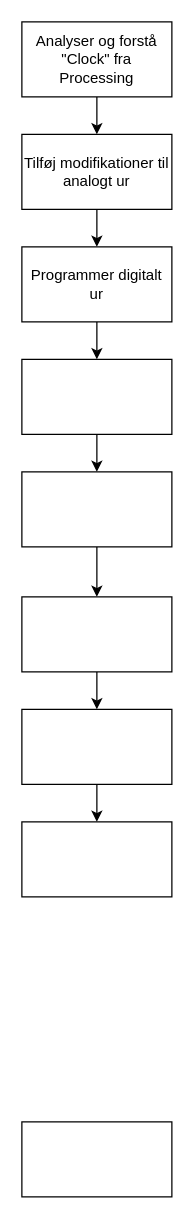
a21hx32prog/AAB.UR.Alberte-og-Manal keeps this draw.io diagram as Untitled Diagram.drawio. Above is the earlier version. Source tidied: cells renumbered, new cells numbered last; positions are measured from the earlier drawing's top-left corner, leaving out a move shared by most shapes. Both pictures are drawn from the tidied source at 125%, with x=0, y=0 at pixel (21, 21).
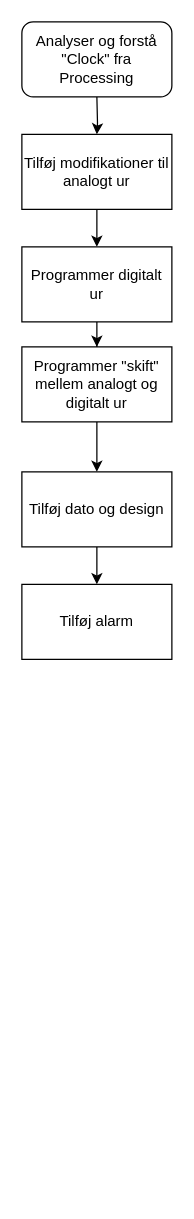
The same diagram, later.

The edit, as a diff of the source:
```diff
@@
 <mxGraphModel>
   <root>
     <mxCell id="0" />
     <mxCell id="1" parent="0" />
-    <mxCell id="2" style="edgeStyle=orthogonalEdgeStyle;rounded=0;jettySize=auto;html=1;" parent="1" edge="1" source="3" target="5">
-      <mxGeometry relative="1" as="geometry" />
+    <mxCell id="2" style="edgeStyle=orthogonalEdgeStyle;rounded=0;jettySize=auto;html=1;" parent="1" edge="1" target="5">
+      <mxGeometry relative="1" as="geometry">
+        <mxPoint x="60" y="60" as="sourcePoint" />
+      </mxGeometry>
     </mxCell>
-    <mxCell id="3" value="Analyser og forstå &quot;Clock&quot; fra Processing" style="rounded=0;whiteSpace=wrap;html=1;" parent="1" vertex="1">
-      <mxGeometry width="120" height="60" as="geometry" />
-    </mxCell>
     <mxCell id="4" style="edgeStyle=orthogonalEdgeStyle;rounded=0;jettySize=auto;html=1;" parent="1" edge="1" source="5" target="17">
       <mxGeometry relative="1" as="geometry" />
     </mxCell>
     <mxCell id="5" value="Tilføj modifikationer til analogt ur" style="rounded=0;whiteSpace=wrap;html=1;" parent="1" vertex="1">
       <mxGeometry y="90" width="120" height="60" as="geometry" />
     </mxCell>
     <mxCell id="6" style="edgeStyle=orthogonalEdgeStyle;rounded=0;jettySize=auto;html=1;" parent="1" edge="1" source="7" target="9">
       <mxGeometry relative="1" as="geometry" />
     </mxCell>
-    <mxCell id="7" style="rounded=0;whiteSpace=wrap;html=1;" parent="1" vertex="1">
-      <mxGeometry y="270" width="120" height="60" as="geometry" />
+    <mxCell id="7" value="Programmer &quot;skift&quot; mellem analogt og digitalt ur" style="rounded=0;whiteSpace=wrap;html=1;" parent="1" vertex="1">
+      <mxGeometry y="260" width="120" height="60" as="geometry" />
     </mxCell>
-    <mxCell id="8" style="edgeStyle=orthogonalEdgeStyle;rounded=0;jettySize=auto;html=1;" parent="1" edge="1" source="9" target="11">
-      <mxGeometry relative="1" as="geometry" />
-    </mxCell>
+    <mxCell id="18" style="edgeStyle=orthogonalEdgeStyle;rounded=0;jettySize=auto;html=1;" parent="1" edge="1" source="9" target="20">
+      <mxGeometry relative="1" as="geometry" />
+    </mxCell>
-    <mxCell id="9" style="rounded=0;whiteSpace=wrap;html=1;" parent="1" vertex="1">
+    <mxCell id="9" value="Tilføj dato og design" style="rounded=0;whiteSpace=wrap;html=1;" parent="1" vertex="1">
       <mxGeometry y="360" width="120" height="60" as="geometry" />
     </mxCell>
-    <mxCell id="10" style="edgeStyle=orthogonalEdgeStyle;rounded=0;jettySize=auto;html=1;" parent="1" edge="1" source="11" target="15">
-      <mxGeometry relative="1" as="geometry" />
-    </mxCell>
-    <mxCell id="11" style="rounded=0;whiteSpace=wrap;html=1;" parent="1" vertex="1">
-      <mxGeometry y="460" width="120" height="60" as="geometry" />
-    </mxCell>
-    <mxCell id="12" style="rounded=0;whiteSpace=wrap;html=1;" parent="1" vertex="1">
-      <mxGeometry y="880" width="120" height="60" as="geometry" />
-    </mxCell>
-    <mxCell id="13" style="rounded=0;whiteSpace=wrap;html=1;" parent="1" vertex="1">
-      <mxGeometry y="640" width="120" height="60" as="geometry" />
-    </mxCell>
-    <mxCell id="14" style="edgeStyle=orthogonalEdgeStyle;rounded=0;jettySize=auto;html=1;" parent="1" edge="1" source="15" target="13">
-      <mxGeometry relative="1" as="geometry" />
-    </mxCell>
-    <mxCell id="15" style="rounded=0;whiteSpace=wrap;html=1;" parent="1" vertex="1">
-      <mxGeometry y="550" width="120" height="60" as="geometry" />
-    </mxCell>
     <mxCell id="16" style="edgeStyle=orthogonalEdgeStyle;rounded=0;jettySize=auto;html=1;" parent="1" edge="1" source="17" target="7">
       <mxGeometry relative="1" as="geometry" />
     </mxCell>
     <mxCell id="17" value="Programmer digitalt ur" style="rounded=0;whiteSpace=wrap;html=1;" parent="1" vertex="1">
       <mxGeometry y="180" width="120" height="60" as="geometry" />
     </mxCell>
+    <mxCell id="3" value="&lt;span&gt;Analyser og forstå &quot;Clock&quot; fra Processing&lt;/span&gt;" style="rounded=1;whiteSpace=wrap;html=1;" parent="1" vertex="1">
+      <mxGeometry width="120" height="60" as="geometry" />
+    </mxCell>
+    <mxCell id="19" style="edgeStyle=orthogonalEdgeStyle;rounded=0;orthogonalLoop=1;jettySize=auto;html=1;exitX=0.5;exitY=1;exitDx=0;exitDy=0;" parent="1" edge="1">
+      <mxGeometry relative="1" as="geometry">
+        <mxPoint x="60" y="520" as="sourcePoint" />
+        <mxPoint x="60" y="520" as="targetPoint" />
+      </mxGeometry>
+    </mxCell>
+    <mxCell id="20" value="Tilføj alarm" style="rounded=0;whiteSpace=wrap;html=1;" parent="1" vertex="1">
+      <mxGeometry y="450" width="120" height="60" as="geometry" />
+    </mxCell>
   </root>
 </mxGraphModel>
```
